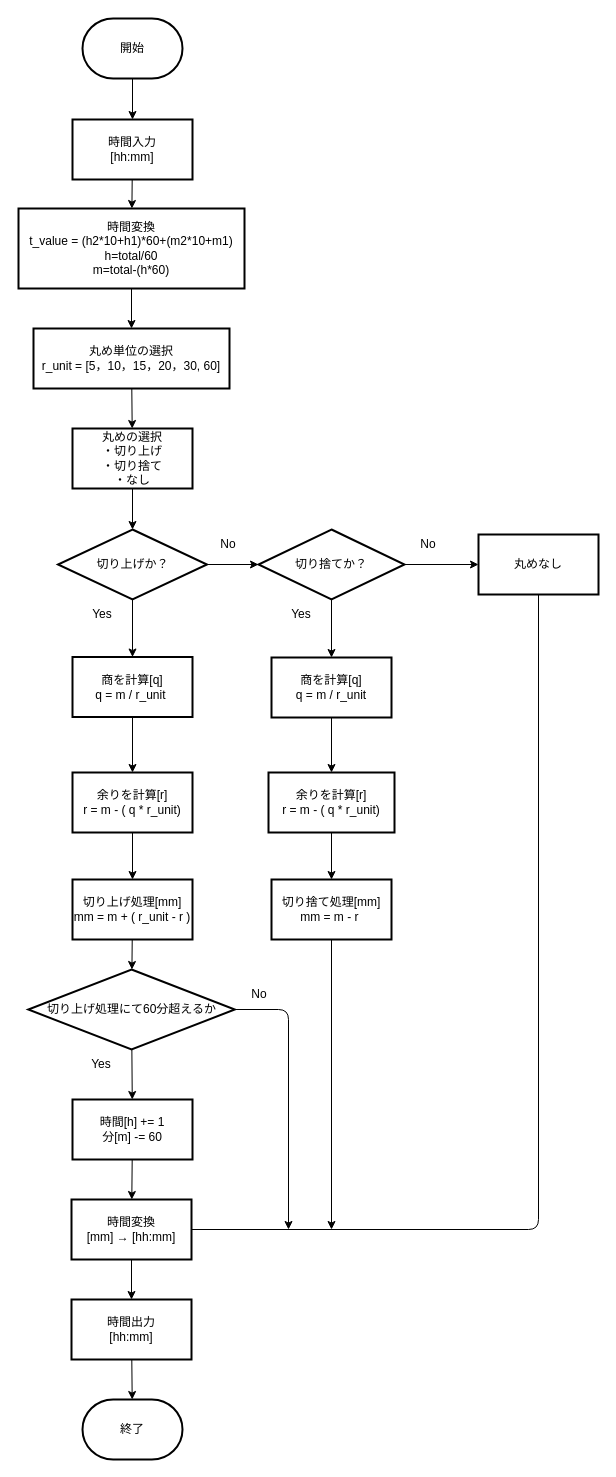
This is flowchart.dio from akihiro1656/issue1, a draw.io file, before an edit. Source tidied: cells renumbered, new cells numbered last; positions are measured from the earlier drawing's top-left corner, leaving out a move shared by most shapes. Both pictures are drawn from the tidied source at 100%, with x=0, y=0 at pixel (18, 18).
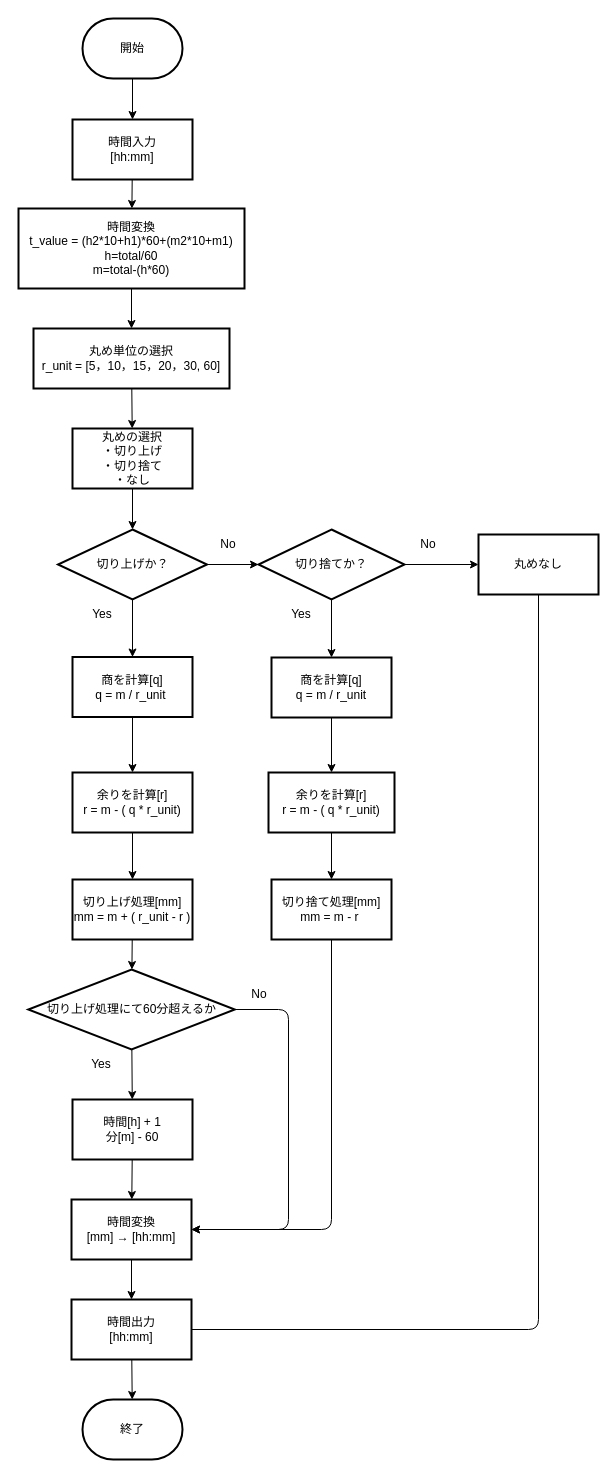
The same page after the edit.

The change refers to these unchanged cells:
```xml
<mxCell id="16" value="切り捨て処理[mm]&lt;br&gt;mm = m - r&amp;nbsp;" style="whiteSpace=wrap;html=1;strokeWidth=2;" parent="1" vertex="1">
  <mxGeometry x="253" y="861" width="120" height="60" as="geometry" />
</mxCell>
<mxCell id="27" value="丸めなし" style="whiteSpace=wrap;html=1;strokeWidth=2;" parent="1" vertex="1">
  <mxGeometry x="460" y="516" width="120" height="60" as="geometry" />
</mxCell>
<mxCell id="42" value="切り上げ処理にて60分超えるか" style="strokeWidth=2;html=1;shape=mxgraph.flowchart.decision;whiteSpace=wrap;" parent="1" vertex="1">
  <mxGeometry x="9.8" y="951" width="206.5" height="80" as="geometry" />
</mxCell>
<mxCell id="48" value="時間変換&lt;br&gt;[mm] → [hh:mm]" style="whiteSpace=wrap;html=1;strokeWidth=2;" parent="1" vertex="1">
  <mxGeometry x="53" y="1181" width="120" height="60" as="geometry" />
</mxCell>
<mxCell id="50" value="時間出力&lt;br&gt;[hh:mm]" style="whiteSpace=wrap;html=1;strokeWidth=2;" parent="1" vertex="1">
  <mxGeometry x="53" y="1281" width="120" height="60" as="geometry" />
</mxCell>
```

Change to the diagram source:
```diff
@@
-    <mxCell id="15" style="edgeStyle=none;html=1;fontFamily=Helvetica;fontSize=12;" parent="1" edge="1" source="16">
+    <mxCell id="15" style="edgeStyle=none;html=1;fontFamily=Helvetica;fontSize=12;entryX=1;entryY=0.5;entryDx=0;entryDy=0;" parent="1" edge="1" source="16" target="48">
       <mxGeometry relative="1" as="geometry">
-        <mxPoint x="313" y="1211" as="targetPoint" />
+        <Array as="points">
+          <mxPoint x="313" y="1211" />
+        </Array>
       </mxGeometry>
     </mxCell>
@@
-    <mxCell id="38" style="edgeStyle=none;html=1;exitX=0.5;exitY=1;exitDx=0;exitDy=0;entryDx=0;entryDy=0;endArrow=none;entryX=1;entryY=0.5;" parent="1" edge="1" source="27" target="48">
+    <mxCell id="38" style="edgeStyle=none;html=1;exitX=0.5;exitY=1;exitDx=0;exitDy=0;entryDx=0;entryDy=0;endArrow=none;entryX=1;entryY=0.5;" parent="1" edge="1" source="27" target="50">
       <mxGeometry relative="1" as="geometry">
         <Array as="points">
-          <mxPoint x="520" y="1211" />
+          <mxPoint x="520" y="1311" />
         </Array>
       </mxGeometry>
     </mxCell>
@@
-    <mxCell id="40" style="edgeStyle=none;html=1;exitX=1;exitY=0.5;exitDx=0;exitDy=0;exitPerimeter=0;" parent="1" edge="1" source="42">
+    <mxCell id="40" style="edgeStyle=none;html=1;exitX=1;exitY=0.5;exitDx=0;exitDy=0;exitPerimeter=0;entryX=1;entryY=0.5;entryDx=0;entryDy=0;" parent="1" edge="1" source="42" target="48">
       <mxGeometry relative="1" as="geometry">
-        <mxPoint x="270" y="1211" as="targetPoint" />
         <Array as="points">
           <mxPoint x="270" y="991" />
+          <mxPoint x="270" y="1211" />
         </Array>
       </mxGeometry>
     </mxCell>
@@
-    <mxCell id="46" value="時間[h] += 1&lt;br&gt;分[m] -= 60" style="whiteSpace=wrap;html=1;strokeWidth=2;" parent="1" vertex="1">
+    <mxCell id="46" value="時間[h] + 1&lt;br&gt;分[m] - 60" style="whiteSpace=wrap;html=1;strokeWidth=2;" parent="1" vertex="1">
       <mxGeometry x="54" y="1081" width="120" height="60" as="geometry" />
     </mxCell>
```
